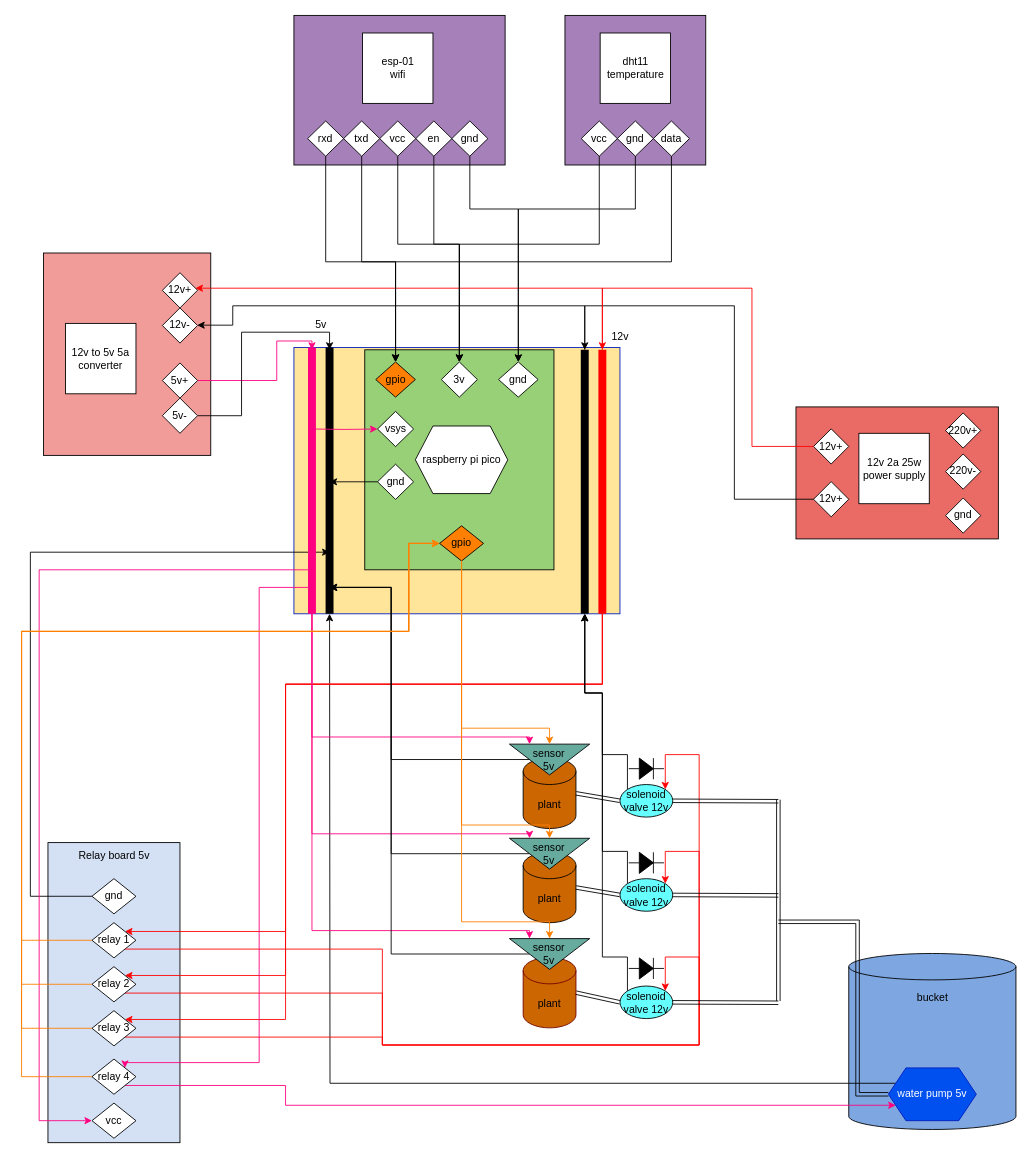
Above: doc/circuit.drawio in floryn08/rpi-pico-watering-system (draw.io), before the change. Source tidied: cells renumbered, new cells numbered last; positions are measured from the earlier drawing's top-left corner, leaving out a move shared by most shapes. Both pictures are drawn from the tidied source at 88%, with x=0, y=0 at pixel (21, 15).
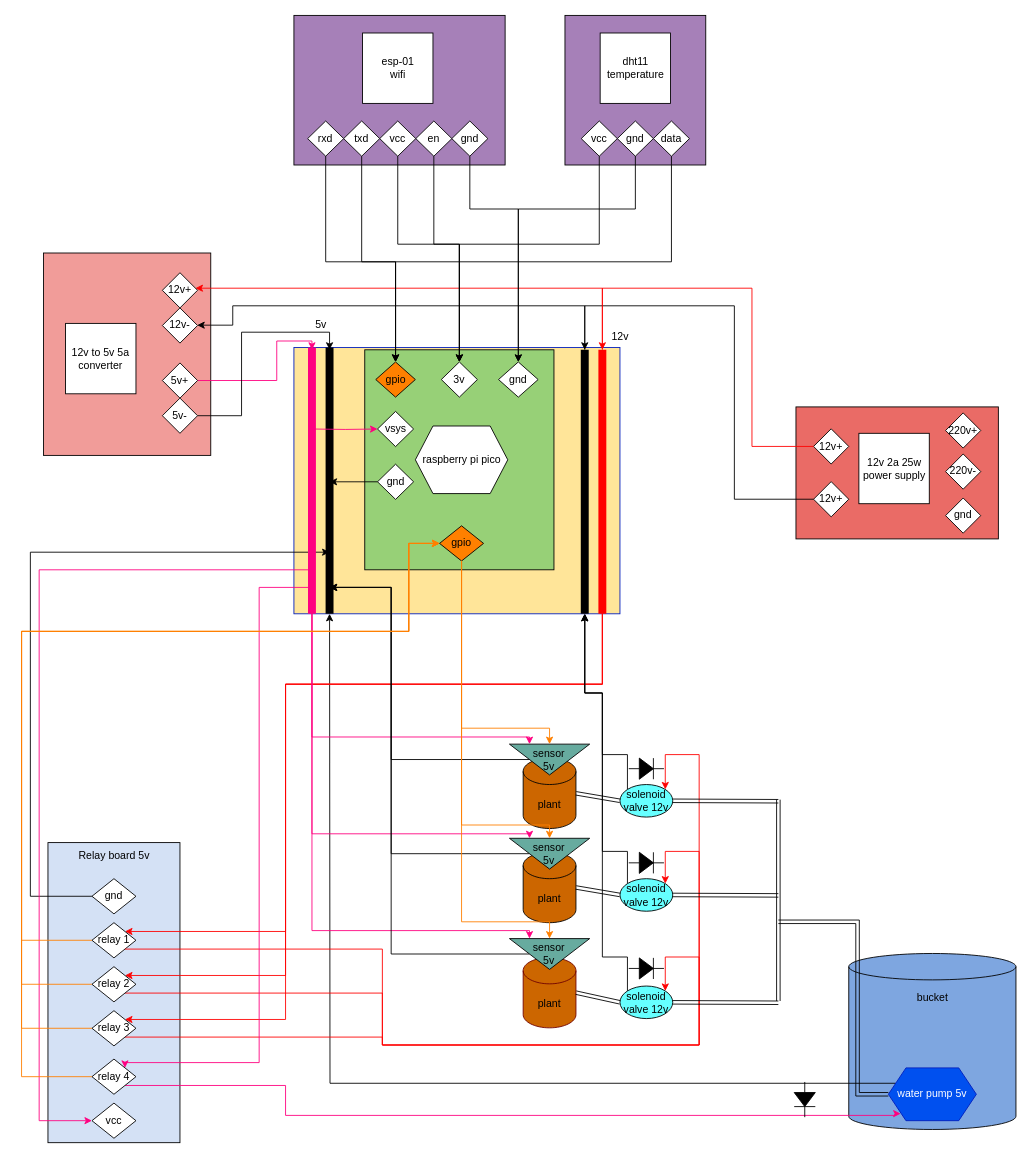
The same page after the edit.

Unchanged cells that the change refers to:
```xml
<mxCell id="6" value="water pump 5v" style="shape=hexagon;perimeter=hexagonPerimeter2;whiteSpace=wrap;html=1;fixedSize=1;fillColor=#0050ef;fontColor=#ffffff;strokeColor=#001DBC;" parent="1" vertex="1">
  <mxGeometry x="985" y="1196" width="100" height="60" as="geometry" />
</mxCell>
<mxCell id="20" value="relay 4" style="rhombus;whiteSpace=wrap;html=1;" parent="1" vertex="1">
  <mxGeometry x="80" y="1186" width="50" height="40" as="geometry" />
</mxCell>
```

The edit, as a diff of the source:
```diff
@@
-    <mxCell id="18" style="edgeStyle=orthogonalEdgeStyle;rounded=0;jettySize=auto;html=1;exitX=1;exitY=1;exitDx=0;exitDy=0;entryX=0;entryY=0.75;entryDx=0;entryDy=0;strokeColor=#FF0080;" parent="1" edge="1" source="20" target="6">
+    <mxCell id="18" style="edgeStyle=orthogonalEdgeStyle;rounded=0;jettySize=auto;html=1;exitX=1;exitY=1;exitDx=0;exitDy=0;entryX=0.14;entryY=0.867;entryDx=0;entryDy=0;strokeColor=#FF0080;entryPerimeter=0;" parent="1" edge="1" source="20" target="6">
       <mxGeometry relative="1" as="geometry">
         <Array as="points">
           <mxPoint x="300" y="1216" />
-          <mxPoint x="300" y="1239" />
+          <mxPoint x="300" y="1250" />
+          <mxPoint x="993" y="1250" />
+          <mxPoint x="993" y="1248" />
         </Array>
       </mxGeometry>
     </mxCell>
@@
+    <mxCell id="121" style="fillColor=strokeColor;verticalLabelPosition=bottom;shadow=0;dashed=0;align=center;html=1;verticalAlign=top;shape=mxgraph.electrical.diodes.diode;rotation=90;" parent="1" vertex="1">
+      <mxGeometry x="870" y="1220" width="40" height="24" as="geometry" />
+    </mxCell>
```
